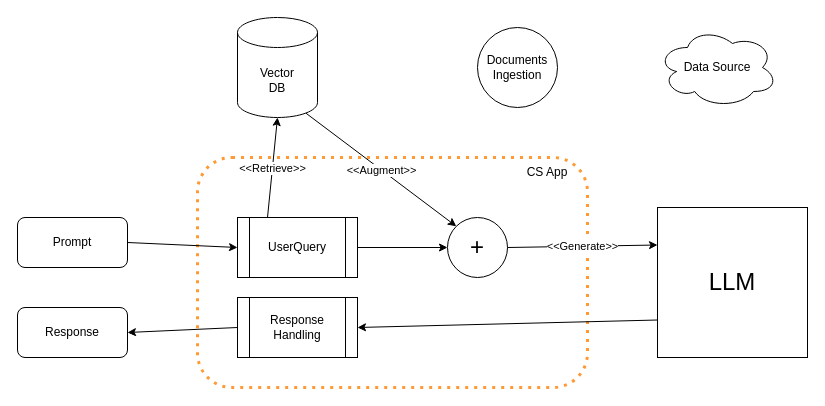
Before: ai-engineering/AIEngineering.drawio in rohit23ahuja/draw-io, a draw.io diagram. Source tidied: cells renumbered, new cells numbered last; positions are measured from the earlier drawing's top-left corner, leaving out a move shared by most shapes. Both pictures are drawn from the tidied source at 100%, with x=0, y=0 at pixel (17, 17).
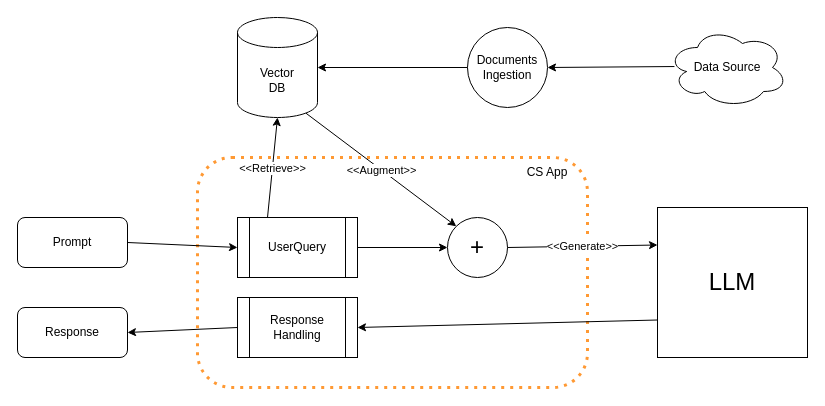
Above is the later version.

Unchanged cells that the change refers to:
```xml
<mxCell id="5" value="Vector&lt;div&gt;DB&lt;/div&gt;" style="shape=cylinder3;whiteSpace=wrap;html=1;boundedLbl=1;backgroundOutline=1;size=15;" parent="1" vertex="1">
  <mxGeometry x="220" width="80" height="100" as="geometry" />
</mxCell>
```

Change to the diagram source:
```diff
@@
     <mxCell id="8" value="Data Source" style="ellipse;shape=cloud;whiteSpace=wrap;html=1;" parent="1" vertex="1">
-      <mxGeometry x="640" y="10" width="120" height="80" as="geometry" />
+      <mxGeometry x="650" y="10" width="120" height="80" as="geometry" />
     </mxCell>
     <mxCell id="9" value="Documents&lt;div&gt;Ingestion&lt;/div&gt;" style="ellipse;whiteSpace=wrap;html=1;" parent="1" vertex="1">
-      <mxGeometry x="460" y="10" width="80" height="80" as="geometry" />
+      <mxGeometry x="450" y="10" width="80" height="80" as="geometry" />
     </mxCell>
@@
+    <mxCell id="23" style="endArrow=classic;html=1;rounded=0;exitX=0.058;exitY=0.488;exitDx=0;exitDy=0;exitPerimeter=0;entryX=1;entryY=0.5;entryDx=0;entryDy=0;" parent="1" edge="1" source="8" target="9">
+      <mxGeometry relative="1" as="geometry" />
+    </mxCell>
+    <mxCell id="24" style="endArrow=classic;html=1;rounded=0;exitX=0;exitY=0.5;exitDx=0;exitDy=0;entryX=1;entryY=0.5;entryDx=0;entryDy=0;entryPerimeter=0;" parent="1" edge="1" source="9" target="5">
+      <mxGeometry relative="1" as="geometry" />
+    </mxCell>
```
